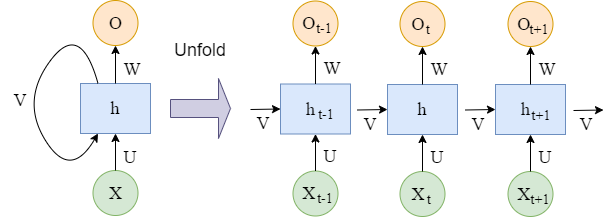
The draw.io diagram rnn/images/rnn-folded-unfolded.png in martin-fabbri/colab-notebooks, before a commit. Source tidied: cells renumbered, new cells last; positions are measured from the earlier drawing's top-left corner, leaving out a move shared by most shapes.
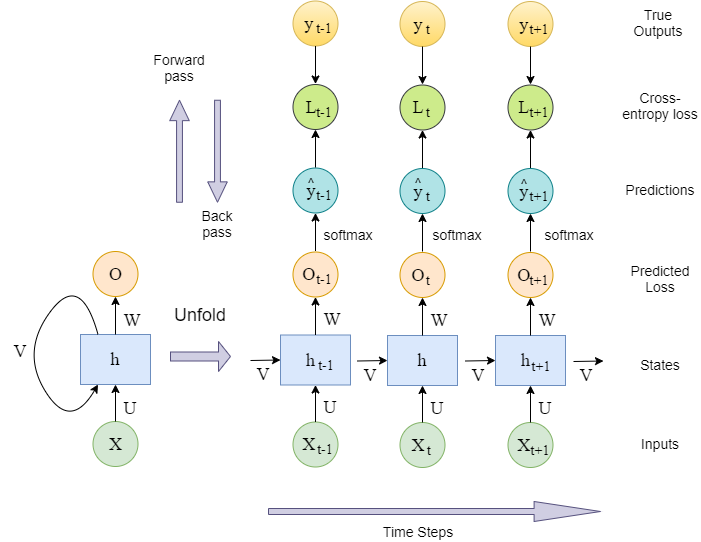
After the change.

Commit message:
rnn supporting images

The edit, as a diff of the source:
```diff
@@ -2,6 +2,18 @@
   <root>
     <mxCell id="0" />
     <mxCell id="1" parent="0" />
+    <mxCell id="50" value="&lt;font face=&quot;Times New Roman&quot; style=&quot;font-size: 18px&quot;&gt;y&amp;nbsp;&amp;nbsp;&lt;/font&gt;" style="ellipse;whiteSpace=wrap;html=1;fillColor=#b0e3e6;strokeColor=#0e8088;fontStyle=0;" parent="1" vertex="1">
+      <mxGeometry x="292.5" y="-83.5" width="45" height="45" as="geometry" />
+    </mxCell>
+    <mxCell id="51" value="&lt;font face=&quot;Times New Roman&quot; style=&quot;font-size: 14px&quot;&gt;t-1&lt;/font&gt;" style="text;html=1;strokeColor=none;fillColor=none;align=center;verticalAlign=middle;whiteSpace=wrap;rounded=0;fontStyle=0;" parent="1" vertex="1">
+      <mxGeometry x="304" y="-66" width="40" height="20" as="geometry" />
+    </mxCell>
+    <mxCell id="52" value="&lt;font face=&quot;Times New Roman&quot; style=&quot;font-size: 18px&quot;&gt;y&amp;nbsp; &amp;nbsp;&lt;/font&gt;" style="ellipse;whiteSpace=wrap;html=1;fillColor=#b0e3e6;strokeColor=#0e8088;fontStyle=0;" parent="1" vertex="1">
+      <mxGeometry x="507.5" y="-83" width="45" height="45" as="geometry" />
+    </mxCell>
+    <mxCell id="53" value="&lt;font face=&quot;Times New Roman&quot; style=&quot;font-size: 18px&quot;&gt;y&amp;nbsp;&amp;nbsp;&lt;/font&gt;" style="ellipse;whiteSpace=wrap;html=1;fillColor=#b0e3e6;strokeColor=#0e8088;fontStyle=0;" parent="1" vertex="1">
+      <mxGeometry x="399.5" y="-83" width="45" height="45" as="geometry" />
+    </mxCell>
     <mxCell id="2" value="&lt;font style=&quot;font-size: 18px&quot; face=&quot;Times New Roman&quot;&gt;h&lt;/font&gt;" style="rounded=0;whiteSpace=wrap;html=1;fillColor=#dae8fc;strokeColor=#6c8ebf;fontStyle=0;" parent="1" vertex="1">
       <mxGeometry x="80" y="83" width="70" height="50" as="geometry" />
     </mxCell>
@@ -29,11 +41,8 @@
         </Array>
       </mxGeometry>
     </mxCell>
-    <mxCell id="9" style="shape=singleArrow;whiteSpace=wrap;html=1;fillColor=#d0cee2;strokeColor=#56517e;fontStyle=0;" parent="1" vertex="1">
-      <mxGeometry x="170" y="78" width="60" height="60" as="geometry" />
-    </mxCell>
     <mxCell id="10" value="&lt;font style=&quot;font-size: 18px&quot;&gt;Unfold&lt;/font&gt;" style="text;html=1;strokeColor=none;fillColor=none;align=center;verticalAlign=middle;whiteSpace=wrap;rounded=0;fontStyle=0;" parent="1" vertex="1">
-      <mxGeometry x="180" y="40" width="40" height="20" as="geometry" />
+      <mxGeometry x="180" y="54" width="40" height="20" as="geometry" />
     </mxCell>
     <mxCell id="11" value="&lt;font style=&quot;font-size: 18px&quot; face=&quot;Times New Roman&quot;&gt;h&amp;nbsp;&amp;nbsp;&lt;/font&gt;" style="rounded=0;whiteSpace=wrap;html=1;fillColor=#dae8fc;strokeColor=#6c8ebf;fontStyle=0;" parent="1" vertex="1">
       <mxGeometry x="280" y="83.5" width="70" height="50" as="geometry" />
@@ -161,5 +170,149 @@
     <mxCell id="49" value="&lt;font face=&quot;Times New Roman&quot;&gt;&lt;span style=&quot;font-size: 18px&quot;&gt;U&lt;/span&gt;&lt;/font&gt;" style="text;html=1;strokeColor=none;fillColor=none;align=center;verticalAlign=middle;whiteSpace=wrap;rounded=0;fontStyle=0;" parent="1" vertex="1">
       <mxGeometry x="110" y="146.5" width="40" height="20" as="geometry" />
     </mxCell>
+    <mxCell id="54" style="shape=singleArrow;whiteSpace=wrap;html=1;fillColor=#d0cee2;strokeColor=#56517e;fontStyle=0;" parent="1" vertex="1">
+      <mxGeometry x="268" y="250" width="332" height="20" as="geometry" />
+    </mxCell>
+    <mxCell id="55" style="shape=singleArrow;whiteSpace=wrap;html=1;fillColor=#d0cee2;strokeColor=#56517e;fontStyle=0;" parent="1" vertex="1">
+      <mxGeometry x="170" y="90" width="60" height="30" as="geometry" />
+    </mxCell>
+    <mxCell id="56" value="Time Steps" style="text;html=1;strokeColor=none;fillColor=none;align=center;verticalAlign=middle;whiteSpace=wrap;rounded=0;fontSize=14;" parent="1" vertex="1">
+      <mxGeometry x="378" y="270" width="80" height="20" as="geometry" />
+    </mxCell>
+    <mxCell id="57" value="Inputs" style="text;html=1;strokeColor=none;fillColor=none;align=center;verticalAlign=middle;whiteSpace=wrap;rounded=0;fontSize=14;" parent="1" vertex="1">
+      <mxGeometry x="620" y="182.2" width="80" height="20" as="geometry" />
+    </mxCell>
+    <mxCell id="58" value="States" style="text;html=1;strokeColor=none;fillColor=none;align=center;verticalAlign=middle;whiteSpace=wrap;rounded=0;fontSize=14;" parent="1" vertex="1">
+      <mxGeometry x="620" y="103.2" width="80" height="20" as="geometry" />
+    </mxCell>
+    <mxCell id="59" value="Predicted Loss" style="text;html=1;strokeColor=none;fillColor=none;align=center;verticalAlign=middle;whiteSpace=wrap;rounded=0;fontSize=14;" parent="1" vertex="1">
+      <mxGeometry x="620" y="16.8" width="80" height="20" as="geometry" />
+    </mxCell>
+    <mxCell id="60" style="endArrow=classic;html=1;strokeColor=#000000;exitX=0.5;exitY=0;exitDx=0;exitDy=0;entryX=0.5;entryY=1;entryDx=0;entryDy=0;fontStyle=0;" parent="1" edge="1" target="50">
+      <mxGeometry relative="1" as="geometry">
+        <mxPoint x="315" y="-0.5" as="sourcePoint" />
+      </mxGeometry>
+    </mxCell>
+    <mxCell id="61" style="endArrow=classic;html=1;strokeColor=#000000;exitX=0.5;exitY=0;exitDx=0;exitDy=0;entryX=0.5;entryY=1;entryDx=0;entryDy=0;fontStyle=0;" parent="1" edge="1" target="53">
+      <mxGeometry relative="1" as="geometry">
+        <mxPoint x="422" as="sourcePoint" />
+      </mxGeometry>
+    </mxCell>
+    <mxCell id="62" value="&lt;font face=&quot;Times New Roman&quot; style=&quot;font-size: 14px&quot;&gt;t&lt;/font&gt;" style="text;html=1;strokeColor=none;fillColor=none;align=center;verticalAlign=middle;whiteSpace=wrap;rounded=0;fontStyle=0;" parent="1" vertex="1">
+      <mxGeometry x="408" y="-65.5" width="40" height="20" as="geometry" />
+    </mxCell>
+    <mxCell id="63" style="endArrow=classic;html=1;strokeColor=#000000;exitX=0.5;exitY=0;exitDx=0;exitDy=0;entryX=0.5;entryY=1;entryDx=0;entryDy=0;fontStyle=0;" parent="1" edge="1" target="52">
+      <mxGeometry relative="1" as="geometry">
+        <mxPoint x="530" as="sourcePoint" />
+      </mxGeometry>
+    </mxCell>
+    <mxCell id="64" value="&lt;font face=&quot;Times New Roman&quot; style=&quot;font-size: 14px&quot;&gt;t+1&lt;/font&gt;" style="text;html=1;strokeColor=none;fillColor=none;align=center;verticalAlign=middle;whiteSpace=wrap;rounded=0;fontStyle=0;" parent="1" vertex="1">
+      <mxGeometry x="519" y="-65.5" width="40" height="20" as="geometry" />
+    </mxCell>
+    <mxCell id="65" value="Predictions" style="text;html=1;strokeColor=none;fillColor=none;align=center;verticalAlign=middle;whiteSpace=wrap;rounded=0;fontSize=14;" parent="1" vertex="1">
+      <mxGeometry x="620" y="-72.2" width="80" height="20" as="geometry" />
+    </mxCell>
+    <mxCell id="66" value="&lt;font face=&quot;Times New Roman&quot; style=&quot;font-size: 18px&quot;&gt;y&amp;nbsp; &amp;nbsp;&lt;/font&gt;" style="ellipse;whiteSpace=wrap;html=1;fillColor=#fff2cc;strokeColor=#d6b656;fontStyle=0;gradientColor=#ffd966;" parent="1" vertex="1">
+      <mxGeometry x="292.5" y="-250.5" width="45" height="45" as="geometry" />
+    </mxCell>
+    <mxCell id="67" value="&lt;font face=&quot;Times New Roman&quot; style=&quot;font-size: 14px&quot;&gt;t-1&lt;/font&gt;" style="text;html=1;strokeColor=none;fillColor=none;align=center;verticalAlign=middle;whiteSpace=wrap;rounded=0;fontStyle=0;" parent="1" vertex="1">
+      <mxGeometry x="304" y="-233" width="40" height="20" as="geometry" />
+    </mxCell>
+    <mxCell id="68" value="&lt;font face=&quot;Times New Roman&quot; style=&quot;font-size: 18px&quot;&gt;y&amp;nbsp; &amp;nbsp;&lt;/font&gt;" style="ellipse;whiteSpace=wrap;html=1;fillColor=#fff2cc;strokeColor=#d6b656;fontStyle=0;gradientColor=#ffd966;" parent="1" vertex="1">
+      <mxGeometry x="507.5" y="-250" width="45" height="45" as="geometry" />
+    </mxCell>
+    <mxCell id="69" value="&lt;font face=&quot;Times New Roman&quot; style=&quot;font-size: 18px&quot;&gt;y&amp;nbsp;&amp;nbsp;&lt;/font&gt;" style="ellipse;whiteSpace=wrap;html=1;fillColor=#fff2cc;strokeColor=#d6b656;fontStyle=0;gradientColor=#ffd966;" parent="1" vertex="1">
+      <mxGeometry x="399.5" y="-250" width="45" height="45" as="geometry" />
+    </mxCell>
+    <mxCell id="70" style="endArrow=none;html=1;strokeColor=#000000;exitX=0.5;exitY=0;exitDx=0;exitDy=0;entryX=0.5;entryY=1;entryDx=0;entryDy=0;fontStyle=0;startArrow=classic;startFill=1;endFill=0;" parent="1" edge="1" target="66">
+      <mxGeometry relative="1" as="geometry">
+        <mxPoint x="315" y="-167.5" as="sourcePoint" />
+      </mxGeometry>
+    </mxCell>
+    <mxCell id="71" style="endArrow=none;html=1;strokeColor=#000000;exitX=0.5;exitY=0;exitDx=0;exitDy=0;entryX=0.5;entryY=1;entryDx=0;entryDy=0;fontStyle=0;startArrow=classic;startFill=1;endFill=0;" parent="1" edge="1" target="69">
+      <mxGeometry relative="1" as="geometry">
+        <mxPoint x="422" y="-167" as="sourcePoint" />
+      </mxGeometry>
+    </mxCell>
+    <mxCell id="72" value="&lt;font face=&quot;Times New Roman&quot; style=&quot;font-size: 14px&quot;&gt;t&lt;/font&gt;" style="text;html=1;strokeColor=none;fillColor=none;align=center;verticalAlign=middle;whiteSpace=wrap;rounded=0;fontStyle=0;" parent="1" vertex="1">
+      <mxGeometry x="408" y="-232.5" width="40" height="20" as="geometry" />
+    </mxCell>
+    <mxCell id="73" style="endArrow=none;html=1;strokeColor=#000000;exitX=0.5;exitY=0;exitDx=0;exitDy=0;entryX=0.5;entryY=1;entryDx=0;entryDy=0;fontStyle=0;startArrow=classic;startFill=1;endFill=0;" parent="1" edge="1" target="68">
+      <mxGeometry relative="1" as="geometry">
+        <mxPoint x="530" y="-167" as="sourcePoint" />
+      </mxGeometry>
+    </mxCell>
+    <mxCell id="74" value="&lt;font face=&quot;Times New Roman&quot; style=&quot;font-size: 14px&quot;&gt;t+1&lt;/font&gt;" style="text;html=1;strokeColor=none;fillColor=none;align=center;verticalAlign=middle;whiteSpace=wrap;rounded=0;fontStyle=0;" parent="1" vertex="1">
+      <mxGeometry x="519" y="-232.5" width="40" height="20" as="geometry" />
+    </mxCell>
+    <mxCell id="75" value="True Outputs" style="text;html=1;strokeColor=none;fillColor=none;align=center;verticalAlign=middle;whiteSpace=wrap;rounded=0;fontSize=14;" parent="1" vertex="1">
+      <mxGeometry x="618" y="-238.8" width="80" height="20" as="geometry" />
+    </mxCell>
+    <mxCell id="76" style="shape=singleArrow;whiteSpace=wrap;html=1;fillColor=#d0cee2;strokeColor=#56517e;fontStyle=0;rotation=90;" parent="1" vertex="1">
+      <mxGeometry x="166" y="-110" width="102" height="19.5" as="geometry" />
+    </mxCell>
+    <mxCell id="77" style="shape=singleArrow;whiteSpace=wrap;html=1;fillColor=#d0cee2;strokeColor=#56517e;fontStyle=0;rotation=-90;" parent="1" vertex="1">
+      <mxGeometry x="128" y="-110" width="102" height="19.5" as="geometry" />
+    </mxCell>
+    <mxCell id="78" value="Forward pass" style="text;html=1;strokeColor=none;fillColor=none;align=center;verticalAlign=middle;whiteSpace=wrap;rounded=0;fontSize=14;" parent="1" vertex="1">
+      <mxGeometry x="139" y="-194" width="80" height="20" as="geometry" />
+    </mxCell>
+    <mxCell id="79" value="Back&lt;br&gt;pass" style="text;html=1;strokeColor=none;fillColor=none;align=center;verticalAlign=middle;whiteSpace=wrap;rounded=0;fontSize=14;" parent="1" vertex="1">
+      <mxGeometry x="177" y="-38" width="80" height="20" as="geometry" />
+    </mxCell>
+    <mxCell id="80" value="^" style="text;html=1;strokeColor=none;fillColor=none;align=center;verticalAlign=middle;whiteSpace=wrap;rounded=0;fontSize=14;" parent="1" vertex="1">
+      <mxGeometry x="306" y="-79" width="10" height="20" as="geometry" />
+    </mxCell>
+    <mxCell id="81" value="^" style="text;html=1;strokeColor=none;fillColor=none;align=center;verticalAlign=middle;whiteSpace=wrap;rounded=0;fontSize=14;" parent="1" vertex="1">
+      <mxGeometry x="413" y="-79" width="10" height="20" as="geometry" />
+    </mxCell>
+    <mxCell id="82" value="^" style="text;html=1;strokeColor=none;fillColor=none;align=center;verticalAlign=middle;whiteSpace=wrap;rounded=0;fontSize=14;" parent="1" vertex="1">
+      <mxGeometry x="519" y="-78" width="10" height="20" as="geometry" />
+    </mxCell>
+    <mxCell id="83" value="softmax" style="text;html=1;strokeColor=none;fillColor=none;align=center;verticalAlign=middle;whiteSpace=wrap;rounded=0;fontSize=14;" parent="1" vertex="1">
+      <mxGeometry x="308" y="-27" width="80" height="20" as="geometry" />
+    </mxCell>
+    <mxCell id="84" value="softmax" style="text;html=1;strokeColor=none;fillColor=none;align=center;verticalAlign=middle;whiteSpace=wrap;rounded=0;fontSize=14;" parent="1" vertex="1">
+      <mxGeometry x="417" y="-27" width="80" height="20" as="geometry" />
+    </mxCell>
+    <mxCell id="85" value="softmax" style="text;html=1;strokeColor=none;fillColor=none;align=center;verticalAlign=middle;whiteSpace=wrap;rounded=0;fontSize=14;" parent="1" vertex="1">
+      <mxGeometry x="529" y="-27" width="80" height="20" as="geometry" />
+    </mxCell>
+    <mxCell id="86" value="&lt;font face=&quot;Times New Roman&quot; style=&quot;font-size: 18px&quot;&gt;L&amp;nbsp;&amp;nbsp;&lt;/font&gt;" style="ellipse;whiteSpace=wrap;html=1;fillColor=#cdeb8b;strokeColor=#36393d;fontStyle=0;" parent="1" vertex="1">
+      <mxGeometry x="292.5" y="-167" width="45" height="45" as="geometry" />
+    </mxCell>
+    <mxCell id="87" value="&lt;font face=&quot;Times New Roman&quot; style=&quot;font-size: 14px&quot;&gt;t-1&lt;/font&gt;" style="text;html=1;strokeColor=none;fillColor=none;align=center;verticalAlign=middle;whiteSpace=wrap;rounded=0;fontStyle=0;" parent="1" vertex="1">
+      <mxGeometry x="304" y="-149.5" width="40" height="20" as="geometry" />
+    </mxCell>
+    <mxCell id="88" value="&lt;font face=&quot;Times New Roman&quot; style=&quot;font-size: 18px&quot;&gt;L&amp;nbsp; &amp;nbsp;&lt;/font&gt;" style="ellipse;whiteSpace=wrap;html=1;fillColor=#cdeb8b;strokeColor=#36393d;fontStyle=0;" parent="1" vertex="1">
+      <mxGeometry x="507.5" y="-166.5" width="45" height="45" as="geometry" />
+    </mxCell>
+    <mxCell id="89" value="&lt;font face=&quot;Times New Roman&quot; style=&quot;font-size: 18px&quot;&gt;L&amp;nbsp;&amp;nbsp;&lt;/font&gt;" style="ellipse;whiteSpace=wrap;html=1;fillColor=#cdeb8b;strokeColor=#36393d;fontStyle=0;" parent="1" vertex="1">
+      <mxGeometry x="399.5" y="-166.5" width="45" height="45" as="geometry" />
+    </mxCell>
+    <mxCell id="90" style="endArrow=classic;html=1;strokeColor=#000000;exitX=0.5;exitY=0;exitDx=0;exitDy=0;entryX=0.5;entryY=1;entryDx=0;entryDy=0;fontStyle=0;" parent="1" edge="1" target="86">
+      <mxGeometry relative="1" as="geometry">
+        <mxPoint x="315" y="-84" as="sourcePoint" />
+      </mxGeometry>
+    </mxCell>
+    <mxCell id="91" style="endArrow=classic;html=1;strokeColor=#000000;exitX=0.5;exitY=0;exitDx=0;exitDy=0;entryX=0.5;entryY=1;entryDx=0;entryDy=0;fontStyle=0;" parent="1" edge="1" target="89">
+      <mxGeometry relative="1" as="geometry">
+        <mxPoint x="422" y="-83.5" as="sourcePoint" />
+      </mxGeometry>
+    </mxCell>
+    <mxCell id="92" value="&lt;font face=&quot;Times New Roman&quot; style=&quot;font-size: 14px&quot;&gt;t&lt;/font&gt;" style="text;html=1;strokeColor=none;fillColor=none;align=center;verticalAlign=middle;whiteSpace=wrap;rounded=0;fontStyle=0;" parent="1" vertex="1">
+      <mxGeometry x="408" y="-149" width="40" height="20" as="geometry" />
+    </mxCell>
+    <mxCell id="93" style="endArrow=classic;html=1;strokeColor=#000000;exitX=0.5;exitY=0;exitDx=0;exitDy=0;entryX=0.5;entryY=1;entryDx=0;entryDy=0;fontStyle=0;" parent="1" edge="1" target="88">
+      <mxGeometry relative="1" as="geometry">
+        <mxPoint x="530" y="-83.5" as="sourcePoint" />
+      </mxGeometry>
+    </mxCell>
+    <mxCell id="94" value="&lt;font face=&quot;Times New Roman&quot; style=&quot;font-size: 14px&quot;&gt;t+1&lt;/font&gt;" style="text;html=1;strokeColor=none;fillColor=none;align=center;verticalAlign=middle;whiteSpace=wrap;rounded=0;fontStyle=0;" parent="1" vertex="1">
+      <mxGeometry x="519" y="-149" width="40" height="20" as="geometry" />
+    </mxCell>
+    <mxCell id="95" value="Cross-entropy loss" style="text;html=1;strokeColor=none;fillColor=none;align=center;verticalAlign=middle;whiteSpace=wrap;rounded=0;fontSize=14;" parent="1" vertex="1">
+      <mxGeometry x="620" y="-155.8" width="80" height="20" as="geometry" />
+    </mxCell>
   </root>
 </mxGraphModel>
```
